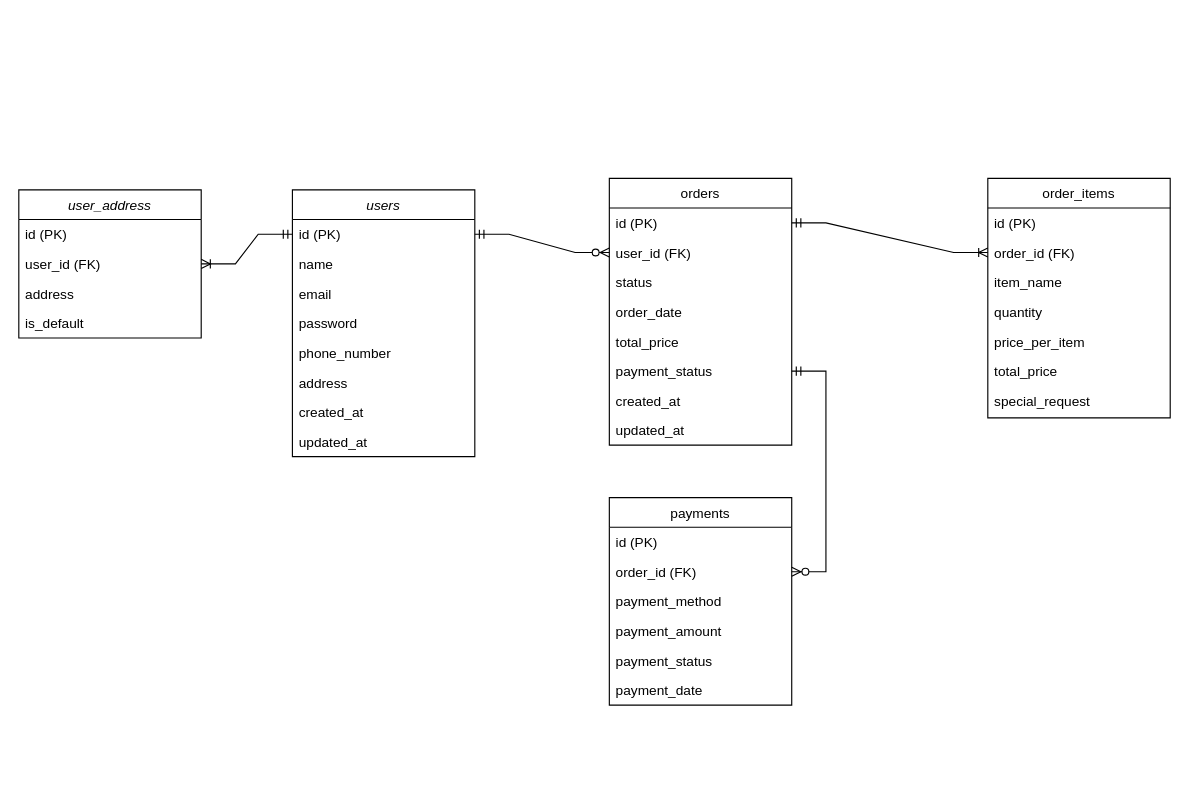
This is daeseda.drawio from zkvn99/daeseda-renewal, a draw.io file, before an edit. Source tidied: cells renumbered, new cells numbered last; positions are measured from the earlier drawing's top-left corner, leaving out a move shared by most shapes. Both pictures are drawn from the tidied source at 114%, with x=0, y=0 at pixel (18, 178).
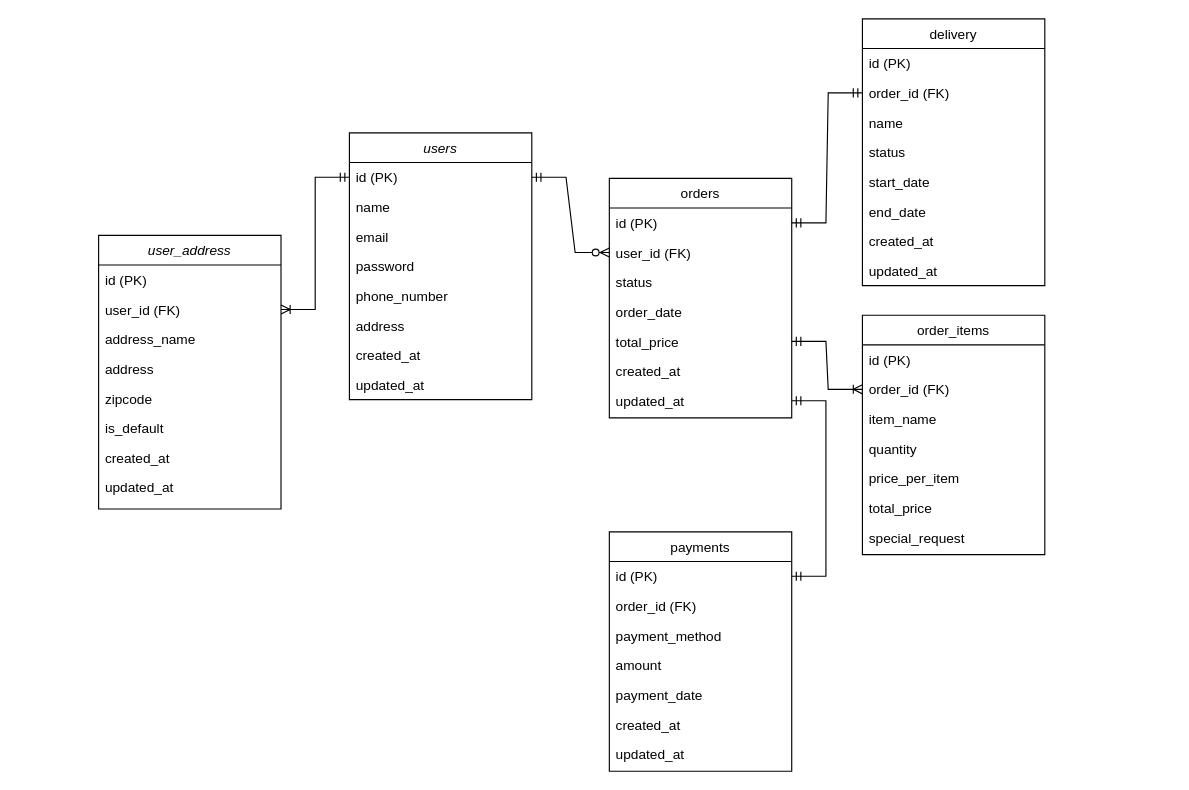
Above is the later version.

Unchanged cells that the change refers to:
```xml
<mxCell id="12" value="id (PK)" style="text;align=left;verticalAlign=top;spacingLeft=4;spacingRight=4;overflow=hidden;points=[[0,0.5],[1,0.5]];portConstraint=eastwest;" parent="11" vertex="1">
  <mxGeometry y="26" width="160" height="26" as="geometry" />
</mxCell>
<mxCell id="16" value="total_price" style="text;align=left;verticalAlign=top;spacingLeft=4;spacingRight=4;overflow=hidden;points=[[0,0.5],[1,0.5]];portConstraint=eastwest;rounded=0;shadow=0;html=0;" parent="11" vertex="1">
  <mxGeometry y="130" width="160" height="26" as="geometry" />
</mxCell>
<mxCell id="23" value="order_id (FK)" style="text;align=left;verticalAlign=top;spacingLeft=4;spacingRight=4;overflow=hidden;points=[[0,0.5],[1,0.5]];portConstraint=eastwest;rounded=0;shadow=0;html=0;" parent="21" vertex="1">
  <mxGeometry y="52" width="160" height="26" as="geometry" />
</mxCell>
<mxCell id="30" value="id (PK)" style="text;align=left;verticalAlign=top;spacingLeft=4;spacingRight=4;overflow=hidden;points=[[0,0.5],[1,0.5]];portConstraint=eastwest;" parent="29" vertex="1">
  <mxGeometry y="26" width="160" height="26" as="geometry" />
</mxCell>
<mxCell id="31" value="order_id (FK)" style="text;align=left;verticalAlign=top;spacingLeft=4;spacingRight=4;overflow=hidden;points=[[0,0.5],[1,0.5]];portConstraint=eastwest;rounded=0;shadow=0;html=0;" parent="29" vertex="1">
  <mxGeometry y="52" width="160" height="26" as="geometry" />
</mxCell>
```

The edit, as a diff of the source:
```diff
@@
     <mxCell id="2" value="users" style="swimlane;fontStyle=2;align=center;verticalAlign=top;horizontal=1;startSize=26;rounded=0;shadow=0;strokeWidth=1;" parent="1" vertex="1">
-      <mxGeometry x="240" y="10" width="160" height="234" as="geometry" />
+      <mxGeometry x="290" y="-40" width="160" height="234" as="geometry" />
     </mxCell>
@@
     <mxCell id="11" value="orders" style="swimlane;fontStyle=0;align=center;verticalAlign=top;horizontal=1;startSize=26;rounded=0;shadow=0;strokeWidth=1;" parent="1" vertex="1">
-      <mxGeometry x="518" width="160" height="234" as="geometry" />
+      <mxGeometry x="518" width="160" height="210" as="geometry" />
     </mxCell>
@@
-    <mxCell id="17" value="payment_status" style="text;align=left;verticalAlign=top;spacingLeft=4;spacingRight=4;overflow=hidden;points=[[0,0.5],[1,0.5]];portConstraint=eastwest;rounded=0;shadow=0;html=0;" parent="11" vertex="1">
-      <mxGeometry y="156" width="160" height="26" as="geometry" />
-    </mxCell>
     <mxCell id="18" value="created_at" style="text;align=left;verticalAlign=top;spacingLeft=4;spacingRight=4;overflow=hidden;rounded=0;shadow=0;html=0;" parent="11" vertex="1">
-      <mxGeometry y="182" width="160" height="26" as="geometry" />
+      <mxGeometry y="156" width="160" height="26" as="geometry" />
     </mxCell>
     <mxCell id="19" value="updated_at" style="text;align=left;verticalAlign=top;spacingLeft=4;spacingRight=4;overflow=hidden;points=[[0,0.5],[1,0.5]];portConstraint=eastwest;rounded=0;shadow=0;html=0;" parent="11" vertex="1">
-      <mxGeometry y="208" width="160" height="26" as="geometry" />
+      <mxGeometry y="182" width="160" height="26" as="geometry" />
     </mxCell>
@@
     <mxCell id="21" value="order_items" style="swimlane;fontStyle=0;align=center;verticalAlign=top;horizontal=1;startSize=26;rounded=0;shadow=0;strokeWidth=1;" parent="1" vertex="1">
-      <mxGeometry x="850" width="160" height="210" as="geometry" />
+      <mxGeometry x="740" y="120" width="160" height="210" as="geometry" />
     </mxCell>
@@
     <mxCell id="29" value="payments" style="swimlane;fontStyle=0;align=center;verticalAlign=top;horizontal=1;startSize=26;rounded=0;shadow=0;strokeWidth=1;" parent="1" vertex="1">
-      <mxGeometry x="518" y="280" width="160" height="182" as="geometry" />
+      <mxGeometry x="518" y="310" width="160" height="210" as="geometry" />
     </mxCell>
@@
-    <mxCell id="33" value="payment_amount" style="text;align=left;verticalAlign=top;spacingLeft=4;spacingRight=4;overflow=hidden;rounded=0;shadow=0;html=0;" parent="29" vertex="1">
+    <mxCell id="33" value="amount" style="text;align=left;verticalAlign=top;spacingLeft=4;spacingRight=4;overflow=hidden;rounded=0;shadow=0;html=0;" parent="29" vertex="1">
       <mxGeometry y="104" width="160" height="26" as="geometry" />
     </mxCell>
-    <mxCell id="34" value="payment_status" style="text;align=left;verticalAlign=top;spacingLeft=4;spacingRight=4;overflow=hidden;rounded=0;shadow=0;html=0;" parent="29" vertex="1">
-      <mxGeometry y="130" width="160" height="26" as="geometry" />
-    </mxCell>
     <mxCell id="35" value="payment_date" style="text;align=left;verticalAlign=top;spacingLeft=4;spacingRight=4;overflow=hidden;rounded=0;shadow=0;html=0;" parent="29" vertex="1">
-      <mxGeometry y="156" width="160" height="26" as="geometry" />
+      <mxGeometry y="130" width="160" height="26" as="geometry" />
     </mxCell>
-    <mxCell id="36" style="edgeStyle=entityRelationEdgeStyle;fontSize=12;html=1;endArrow=ERoneToMany;startArrow=ERmandOne;rounded=0;entryX=0;entryY=0.5;entryDx=0;entryDy=0;" parent="1" edge="1" source="12" target="23">
-      <mxGeometry relative="1" as="geometry">
-        <Array as="points">
-          <mxPoint x="690" y="70" />
-          <mxPoint x="708" y="65" />
-          <mxPoint x="700" y="65" />
-        </Array>
-      </mxGeometry>
-    </mxCell>
-    <mxCell id="37" style="edgeStyle=entityRelationEdgeStyle;fontSize=12;html=1;endArrow=ERzeroToMany;startArrow=ERmandOne;rounded=0;exitX=1;exitY=0.5;exitDx=0;exitDy=0;" parent="1" edge="1" source="17" target="31">
-      <mxGeometry relative="1" as="geometry" />
-    </mxCell>
+    <mxCell id="44" value="created_at" style="text;align=left;verticalAlign=top;spacingLeft=4;spacingRight=4;overflow=hidden;rounded=0;shadow=0;html=0;" parent="29" vertex="1">
+      <mxGeometry y="156" width="160" height="26" as="geometry" />
+    </mxCell>
+    <mxCell id="45" value="updated_at" style="text;align=left;verticalAlign=top;spacingLeft=4;spacingRight=4;overflow=hidden;rounded=0;shadow=0;html=0;" parent="29" vertex="1">
+      <mxGeometry y="182" width="160" height="26" as="geometry" />
+    </mxCell>
     <mxCell id="38" value="user_address" style="swimlane;fontStyle=2;align=center;verticalAlign=top;horizontal=1;startSize=26;rounded=0;shadow=0;strokeWidth=1;" parent="1" vertex="1">
-      <mxGeometry y="10" width="160" height="130" as="geometry" />
+      <mxGeometry x="70" y="50" width="160" height="240" as="geometry" />
     </mxCell>
@@
-    <mxCell id="41" value="address" style="text;align=left;verticalAlign=top;spacingLeft=4;spacingRight=4;overflow=hidden;rounded=0;shadow=0;html=0;" parent="38" vertex="1">
+    <mxCell id="41" value="address_name" style="text;align=left;verticalAlign=top;spacingLeft=4;spacingRight=4;overflow=hidden;rounded=0;shadow=0;html=0;" parent="38" vertex="1">
       <mxGeometry y="78" width="160" height="26" as="geometry" />
     </mxCell>
-    <mxCell id="42" value="is_default" style="text;align=left;verticalAlign=top;spacingLeft=4;spacingRight=4;overflow=hidden;rounded=0;shadow=0;html=0;" parent="38" vertex="1">
+    <mxCell id="42" value="address" style="text;align=left;verticalAlign=top;spacingLeft=4;spacingRight=4;overflow=hidden;rounded=0;shadow=0;html=0;" parent="38" vertex="1">
       <mxGeometry y="104" width="160" height="26" as="geometry" />
     </mxCell>
+    <mxCell id="46" value="zipcode" style="text;align=left;verticalAlign=top;spacingLeft=4;spacingRight=4;overflow=hidden;rounded=0;shadow=0;html=0;" parent="38" vertex="1">
+      <mxGeometry y="130" width="160" height="26" as="geometry" />
+    </mxCell>
+    <mxCell id="47" value="is_default" style="text;align=left;verticalAlign=top;spacingLeft=4;spacingRight=4;overflow=hidden;rounded=0;shadow=0;html=0;" parent="38" vertex="1">
+      <mxGeometry y="156" width="160" height="26" as="geometry" />
+    </mxCell>
+    <mxCell id="48" value="created_at" style="text;align=left;verticalAlign=top;spacingLeft=4;spacingRight=4;overflow=hidden;rounded=0;shadow=0;html=0;" parent="38" vertex="1">
+      <mxGeometry y="182" width="160" height="26" as="geometry" />
+    </mxCell>
+    <mxCell id="49" value="updated_at" style="text;align=left;verticalAlign=top;spacingLeft=4;spacingRight=4;overflow=hidden;rounded=0;shadow=0;html=0;" parent="38" vertex="1">
+      <mxGeometry y="208" width="160" height="26" as="geometry" />
+    </mxCell>
@@
+    <mxCell id="50" style="edgeStyle=entityRelationEdgeStyle;fontSize=12;html=1;endArrow=ERoneToMany;startArrow=ERmandOne;rounded=0;exitX=1;exitY=0.5;exitDx=0;exitDy=0;entryX=0;entryY=0.5;entryDx=0;entryDy=0;" parent="1" edge="1" source="16" target="23">
+      <mxGeometry relative="1" as="geometry">
+        <Array as="points">
+          <mxPoint x="440" y="200" />
+          <mxPoint x="520" y="260" />
+        </Array>
+      </mxGeometry>
+    </mxCell>
+    <mxCell id="51" value="delivery" style="swimlane;fontStyle=0;align=center;verticalAlign=top;horizontal=1;startSize=26;rounded=0;shadow=0;strokeWidth=1;" parent="1" vertex="1">
+      <mxGeometry x="740" y="-140" width="160" height="234" as="geometry" />
+    </mxCell>
+    <mxCell id="52" value="id (PK)" style="text;align=left;verticalAlign=top;spacingLeft=4;spacingRight=4;overflow=hidden;" parent="51" vertex="1">
+      <mxGeometry y="26" width="160" height="26" as="geometry" />
+    </mxCell>
+    <mxCell id="53" value="order_id (FK)" style="text;align=left;verticalAlign=top;spacingLeft=4;spacingRight=4;overflow=hidden;points=[[0,0.5],[1,0.5]];portConstraint=eastwest;rounded=0;shadow=0;html=0;" parent="51" vertex="1">
+      <mxGeometry y="52" width="160" height="26" as="geometry" />
+    </mxCell>
+    <mxCell id="54" value="name" style="text;align=left;verticalAlign=top;spacingLeft=4;spacingRight=4;overflow=hidden;rounded=0;shadow=0;html=0;" parent="51" vertex="1">
+      <mxGeometry y="78" width="160" height="26" as="geometry" />
+    </mxCell>
+    <mxCell id="55" value="status" style="text;align=left;verticalAlign=top;spacingLeft=4;spacingRight=4;overflow=hidden;rounded=0;shadow=0;html=0;" parent="51" vertex="1">
+      <mxGeometry y="104" width="160" height="26" as="geometry" />
+    </mxCell>
+    <mxCell id="56" value="start_date" style="text;align=left;verticalAlign=top;spacingLeft=4;spacingRight=4;overflow=hidden;rounded=0;shadow=0;html=0;" parent="51" vertex="1">
+      <mxGeometry y="130" width="160" height="26" as="geometry" />
+    </mxCell>
+    <mxCell id="57" value="end_date" style="text;align=left;verticalAlign=top;spacingLeft=4;spacingRight=4;overflow=hidden;rounded=0;shadow=0;html=0;" parent="51" vertex="1">
+      <mxGeometry y="156" width="160" height="26" as="geometry" />
+    </mxCell>
+    <mxCell id="58" value="created_at" style="text;align=left;verticalAlign=top;spacingLeft=4;spacingRight=4;overflow=hidden;rounded=0;shadow=0;html=0;" parent="51" vertex="1">
+      <mxGeometry y="182" width="160" height="26" as="geometry" />
+    </mxCell>
+    <mxCell id="59" value="updated_at" style="text;align=left;verticalAlign=top;spacingLeft=4;spacingRight=4;overflow=hidden;rounded=0;shadow=0;html=0;" parent="51" vertex="1">
+      <mxGeometry y="208" width="160" height="26" as="geometry" />
+    </mxCell>
+    <mxCell id="60" style="edgeStyle=entityRelationEdgeStyle;fontSize=12;html=1;endArrow=ERmandOne;startArrow=ERmandOne;rounded=0;entryX=1;entryY=0.5;entryDx=0;entryDy=0;exitX=1;exitY=0.5;exitDx=0;exitDy=0;" parent="1" edge="1" source="30" target="19">
+      <mxGeometry relative="1" as="geometry">
+        <Array as="points">
+          <mxPoint x="440" y="260" />
+          <mxPoint x="640" y="270" />
+        </Array>
+      </mxGeometry>
+    </mxCell>
+    <mxCell id="61" style="edgeStyle=entityRelationEdgeStyle;fontSize=12;html=1;endArrow=ERmandOne;startArrow=ERmandOne;rounded=0;entryX=1;entryY=0.5;entryDx=0;entryDy=0;exitX=0;exitY=0.5;exitDx=0;exitDy=0;" parent="1" edge="1" source="53" target="12">
+      <mxGeometry relative="1" as="geometry">
+        <Array as="points">
+          <mxPoint x="450" y="270" />
+          <mxPoint x="650" y="280" />
+        </Array>
+      </mxGeometry>
+    </mxCell>
```
